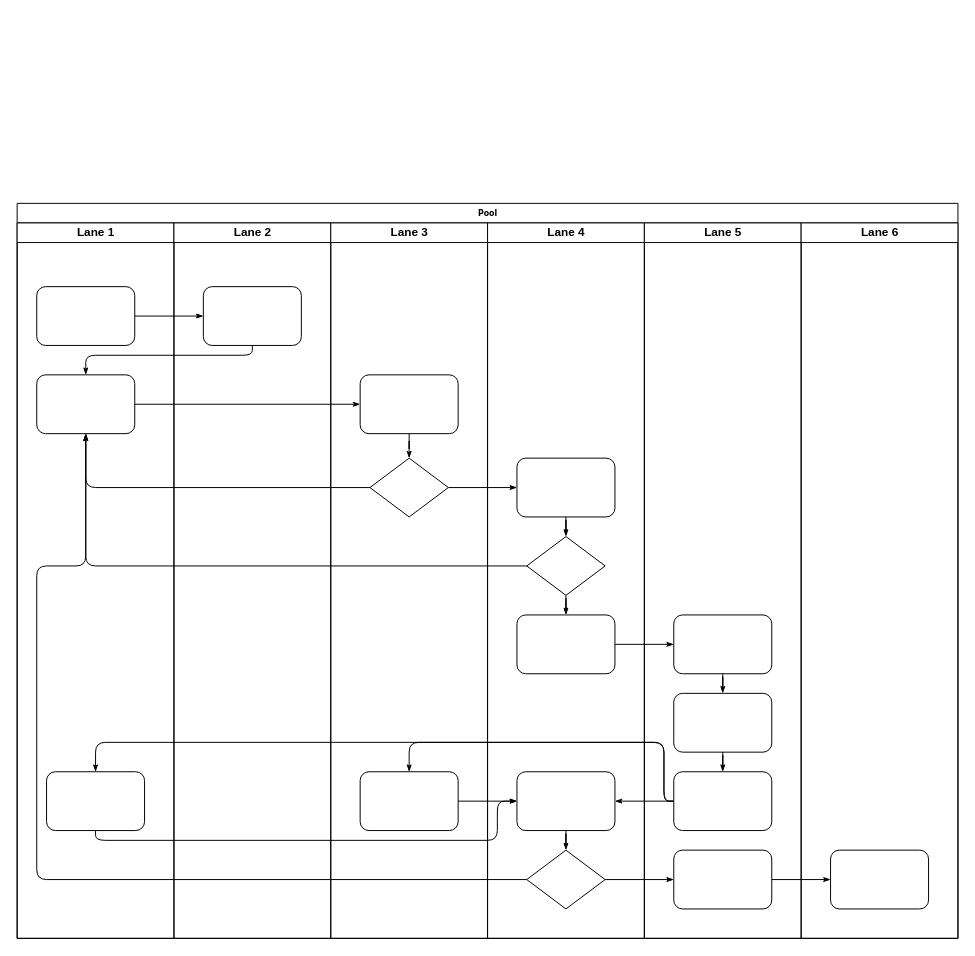
Above: 未命名绘图.drawio in L-Pig/draw.io (draw.io), before the change. Source tidied: cells renumbered, new cells numbered last; positions are measured from the earlier drawing's top-left corner, leaving out a move shared by most shapes. Both pictures are drawn from the tidied source at 98%, with x=0, y=0 at pixel (17, 203).
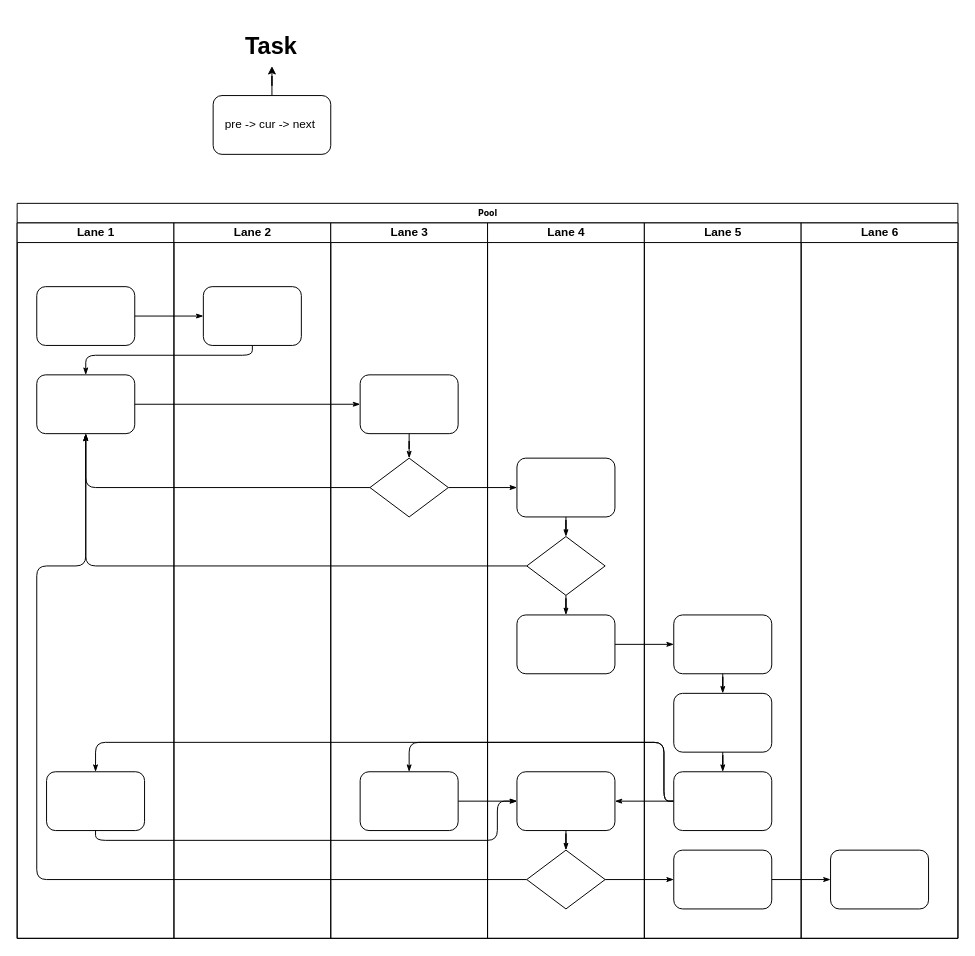
The same diagram, later.

Commit message:
工作流初步设计.drawio

The edit, as a diff of the source:
```diff
@@
+    <mxCell id="47" style="edgeStyle=orthogonalEdgeStyle;rounded=0;jettySize=auto;html=1;" parent="1" edge="1" source="48" target="49">
+      <mxGeometry relative="1" as="geometry" />
+    </mxCell>
+    <mxCell id="48" value="pre -&amp;gt; cur -&amp;gt; next&amp;nbsp;" style="rounded=1;whiteSpace=wrap;html=1;" parent="1" vertex="1">
+      <mxGeometry x="200" y="-110" width="120" height="60" as="geometry" />
+    </mxCell>
+    <mxCell id="49" value="&lt;h1&gt;Task&lt;/h1&gt;" style="text;html=1;strokeColor=none;fillColor=none;spacing=5;spacingTop=-20;whiteSpace=wrap;overflow=hidden;rounded=0;" parent="1" vertex="1">
+      <mxGeometry x="227.5" y="-180" width="65" height="40" as="geometry" />
+    </mxCell>
```
